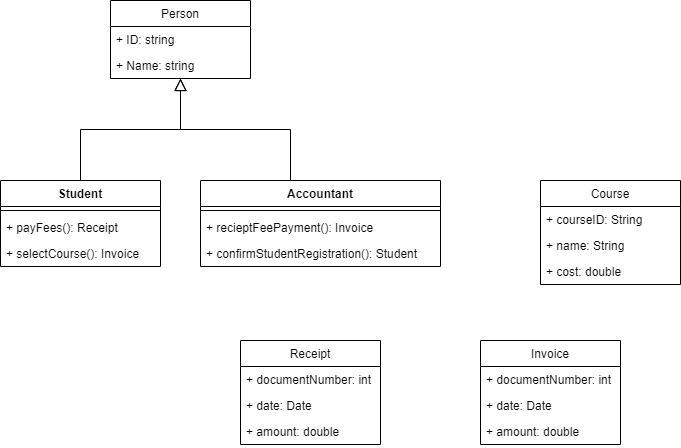
This is mighty-recruiter-master/mighty-recruiter-clone/src/assets/images/CSC210_assign_2.drawio.png from clive-cudi/mighty-recruiter-master, a draw.io export, as it was before one commit. Source tidied: cells renumbered, new cells last; positions are measured from the earlier drawing's top-left corner, leaving out a move shared by most shapes.
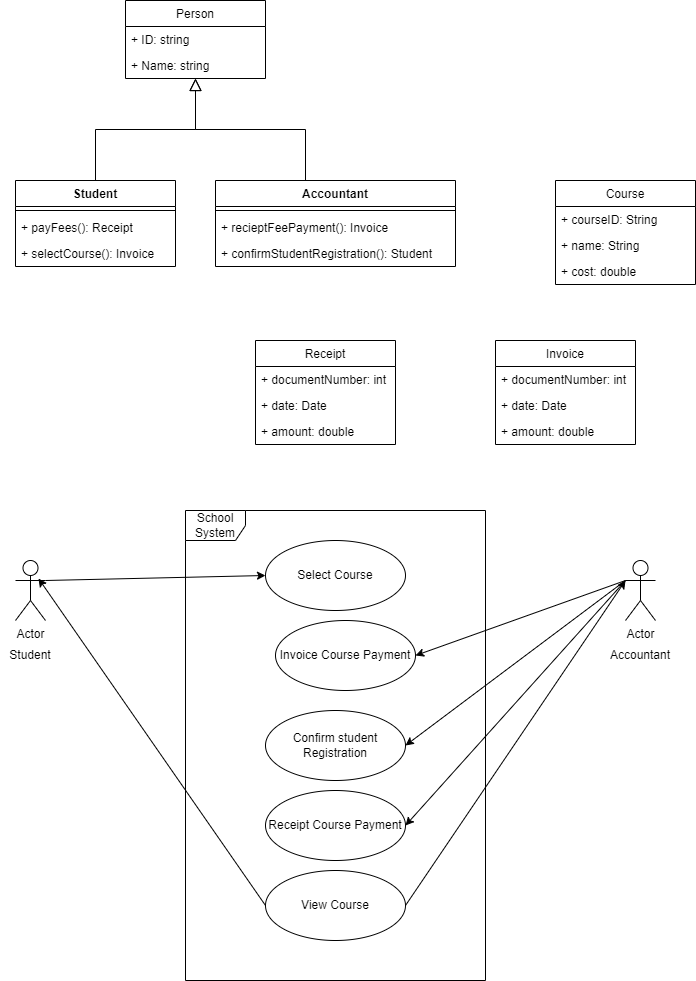
After the change.

Commit message:
usecase_diagram

Change to the diagram source:
```diff
@@ -83,5 +83,53 @@
     <mxCell id="26" value="+ amount: double" style="text;strokeColor=none;fillColor=none;align=left;verticalAlign=top;spacingLeft=4;spacingRight=4;overflow=hidden;" parent="23" vertex="1">
       <mxGeometry y="78" width="140" height="26" as="geometry" />
     </mxCell>
+    <mxCell id="27" style="rounded=0;jettySize=auto;html=1;exitX=1;exitY=0.3333333333333333;exitDx=0;exitDy=0;exitPerimeter=0;entryX=0;entryY=0.5;entryDx=0;entryDy=0;" parent="1" edge="1" source="28" target="33">
+      <mxGeometry relative="1" as="geometry" />
+    </mxCell>
+    <mxCell id="28" value="Actor" style="shape=umlActor;verticalLabelPosition=bottom;verticalAlign=top;html=1;" parent="1" vertex="1">
+      <mxGeometry y="560" width="30" height="60" as="geometry" />
+    </mxCell>
+    <mxCell id="29" style="edgeStyle=none;rounded=0;jettySize=auto;html=1;exitX=0;exitY=0.3333333333333333;exitDx=0;exitDy=0;exitPerimeter=0;entryX=1;entryY=0.5;entryDx=0;entryDy=0;" parent="1" edge="1" source="32" target="35">
+      <mxGeometry relative="1" as="geometry" />
+    </mxCell>
+    <mxCell id="30" style="edgeStyle=none;rounded=0;jettySize=auto;html=1;exitX=0;exitY=0.3333333333333333;exitDx=0;exitDy=0;exitPerimeter=0;entryX=1;entryY=0.5;entryDx=0;entryDy=0;" parent="1" edge="1" source="32" target="36">
+      <mxGeometry relative="1" as="geometry" />
+    </mxCell>
+    <mxCell id="31" style="edgeStyle=none;rounded=0;jettySize=auto;html=1;exitX=0;exitY=0.3333333333333333;exitDx=0;exitDy=0;exitPerimeter=0;entryX=1;entryY=0.5;entryDx=0;entryDy=0;" parent="1" edge="1" source="32" target="37">
+      <mxGeometry relative="1" as="geometry" />
+    </mxCell>
+    <mxCell id="32" value="Actor" style="shape=umlActor;verticalLabelPosition=bottom;verticalAlign=top;html=1;" parent="1" vertex="1">
+      <mxGeometry x="610" y="560" width="30" height="60" as="geometry" />
+    </mxCell>
+    <mxCell id="33" value="Select Course" style="ellipse;whiteSpace=wrap;html=1;" parent="1" vertex="1">
+      <mxGeometry x="250" y="540" width="140" height="70" as="geometry" />
+    </mxCell>
+    <mxCell id="34" value="School System" style="shape=umlFrame;whiteSpace=wrap;html=1;" parent="1" vertex="1">
+      <mxGeometry x="170" y="510" width="300" height="470" as="geometry" />
+    </mxCell>
+    <mxCell id="35" value="Invoice Course Payment" style="ellipse;whiteSpace=wrap;html=1;" parent="1" vertex="1">
+      <mxGeometry x="260" y="620" width="140" height="70" as="geometry" />
+    </mxCell>
+    <mxCell id="36" value="Confirm student Registration" style="ellipse;whiteSpace=wrap;html=1;" parent="1" vertex="1">
+      <mxGeometry x="250" y="710" width="140" height="70" as="geometry" />
+    </mxCell>
+    <mxCell id="37" value="Receipt Course Payment" style="ellipse;whiteSpace=wrap;html=1;" parent="1" vertex="1">
+      <mxGeometry x="250" y="790" width="140" height="70" as="geometry" />
+    </mxCell>
+    <mxCell id="38" value="Student" style="text;html=1;strokeColor=none;fillColor=none;align=center;verticalAlign=middle;whiteSpace=wrap;rounded=0;" parent="1" vertex="1">
+      <mxGeometry x="-15" y="640" width="60" height="30" as="geometry" />
+    </mxCell>
+    <mxCell id="39" value="Accountant" style="text;html=1;strokeColor=none;fillColor=none;align=center;verticalAlign=middle;whiteSpace=wrap;rounded=0;" parent="1" vertex="1">
+      <mxGeometry x="595" y="640" width="60" height="30" as="geometry" />
+    </mxCell>
+    <mxCell id="40" style="edgeStyle=none;rounded=0;jettySize=auto;html=1;exitX=1;exitY=0.5;exitDx=0;exitDy=0;entryX=0;entryY=0.3333333333333333;entryDx=0;entryDy=0;entryPerimeter=0;" parent="1" edge="1" source="42" target="32">
+      <mxGeometry relative="1" as="geometry" />
+    </mxCell>
+    <mxCell id="41" style="edgeStyle=none;rounded=0;jettySize=auto;html=1;exitX=0;exitY=0.5;exitDx=0;exitDy=0;entryX=0.767;entryY=0.3;entryDx=0;entryDy=0;entryPerimeter=0;" parent="1" edge="1" source="42" target="28">
+      <mxGeometry relative="1" as="geometry" />
+    </mxCell>
+    <mxCell id="42" value="View Course" style="ellipse;whiteSpace=wrap;html=1;" parent="1" vertex="1">
+      <mxGeometry x="250" y="870" width="140" height="70" as="geometry" />
+    </mxCell>
   </root>
 </mxGraphModel>
```
